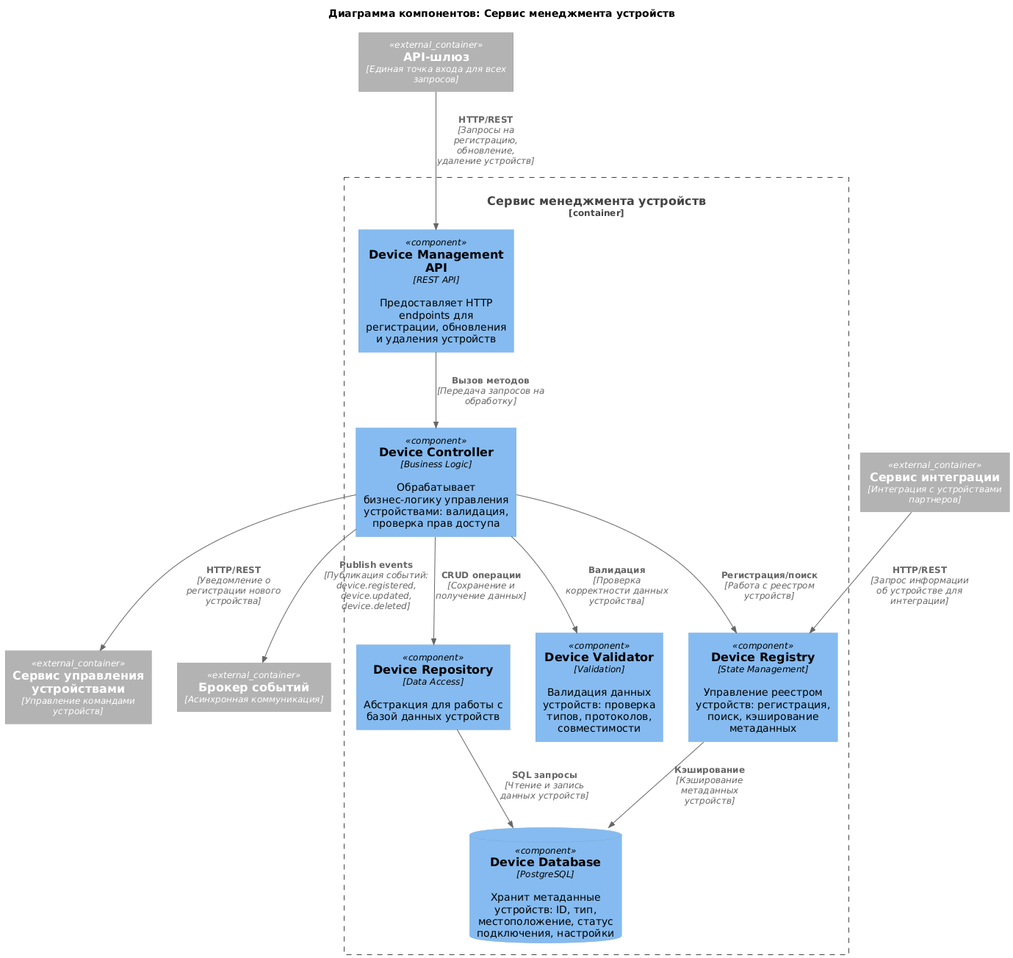
This is diagrams/component/deviceManagementComponent.png from mitchenko9/arc_sprint_1, a PlantUML export, as it was before one commit.
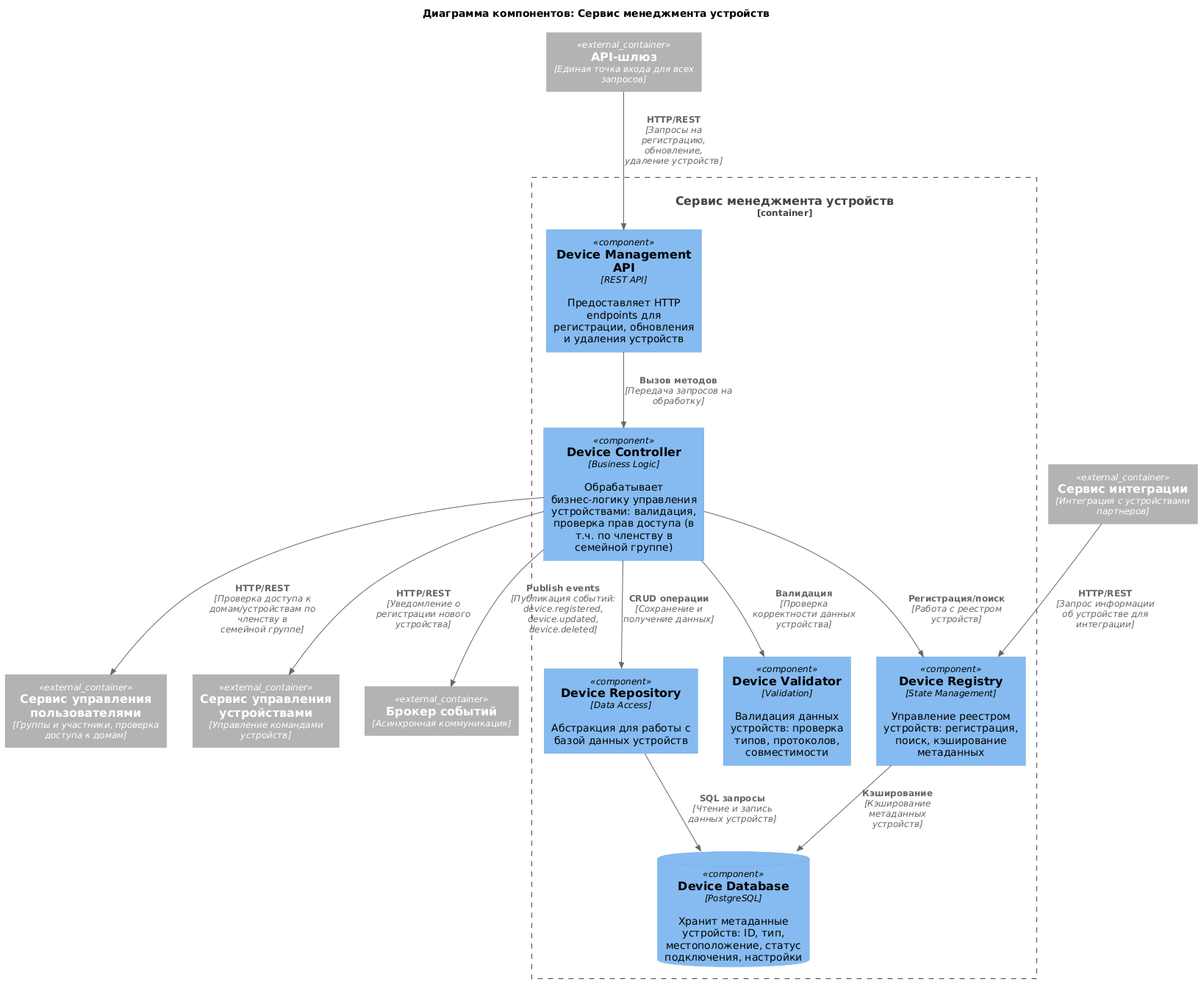
The same diagram one commit later.

Diff of the diagram source:
```diff
@@ -5,7 +5,7 @@
 
 Container_Boundary(deviceManagement, "Сервис менеджмента устройств") {
     Component(deviceAPI, "Device Management API", "REST API", "Предоставляет HTTP endpoints для регистрации, обновления и удаления устройств")
-    Component(deviceController, "Device Controller", "Business Logic", "Обрабатывает бизнес-логику управления устройствами: валидация, проверка прав доступа")
+    Component(deviceController, "Device Controller", "Business Logic", "Обрабатывает бизнес-логику управления устройствами: валидация, проверка прав доступа (в т.ч. по членству в семейной группе)")
     Component(deviceRepository, "Device Repository", "Data Access", "Абстракция для работы с базой данных устройств")
     Component(deviceValidator, "Device Validator", "Validation", "Валидация данных устройств: проверка типов, протоколов, совместимости")
     Component(deviceRegistry, "Device Registry", "State Management", "Управление реестром устройств: регистрация, поиск, кэширование метаданных")
@@ -13,6 +13,7 @@
 }
 
 Container_Ext(apiGateway, "API-шлюз", "Единая точка входа для всех запросов")
+Container_Ext(userManagement, "Сервис управления пользователями", "Группы и участники, проверка доступа к домам")
 Container_Ext(deviceControl, "Сервис управления устройствами", "Управление командами устройств")
 Container_Ext(integration, "Сервис интеграции", "Интеграция с устройствами партнеров")
 Container_Ext(signalBroker, "Брокер событий", "Асинхронная коммуникация")
@@ -26,6 +27,7 @@
 Rel(deviceRepository, deviceDatabase, "SQL запросы", "Чтение и запись данных устройств")
 Rel(deviceRegistry, deviceDatabase, "Кэширование", "Кэширование метаданных устройств")
 
+Rel(deviceController, userManagement, "HTTP/REST", "Проверка доступа к домам/устройствам по членству в семейной группе")
 Rel(deviceController, deviceControl, "HTTP/REST", "Уведомление о регистрации нового устройства")
 Rel(deviceController, signalBroker, "Publish events", "Публикация событий: device.registered, device.updated, device.deleted")
 Rel(integration, deviceRegistry, "HTTP/REST", "Запрос информации об устройстве для интеграции")
```
